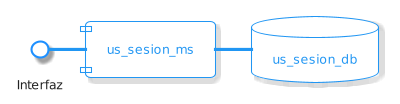
z4yross/unstream_docs keeps this PlantUML diagram as static/img/plantuml/us_sesion_ms.png. Above is the earlier version. The source it was exported from:
```plantuml
@startuml
!theme materia-outline
skinparam componentStyle uml1
skinparam linetype polyline

skinparam interfaceBackgroundColor #white
skinparam interfaceBorderColor #DodgerBlue
skinparam interfaceBorderThickness 2

skinparam arrowLollipopColor #White

component us_sesion_msas x
database us_sesion_db as y
interface Interfaz

x -y
Interfaz -x
@enduml
```
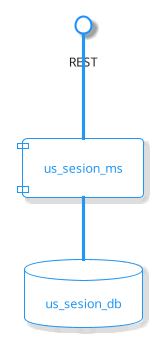
The same diagram one commit later.

The edit, as a diff of the source:
```diff
@@ -9,10 +9,11 @@
 
 skinparam arrowLollipopColor #White
 
-component us_sesion_msas x
-database us_sesion_db as y
-interface Interfaz
+component us_sesion_ms
+database us_sesion_db
+interface REST as session_rest
 
-x -y
-Interfaz -x
+us_sesion_ms -d- us_sesion_db
+us_sesion_ms -u- session_rest
+
 @enduml
```
